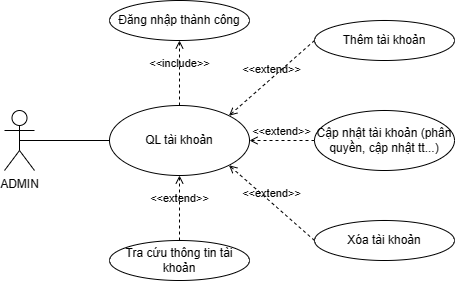
Above: UC/imgs/UC_QUANLYTAIKHOAN.drawio.png in hieuNV0871/da (draw.io), before the change. Source tidied: cells renumbered, new cells last; positions are measured from the earlier drawing's top-left corner, leaving out a move shared by most shapes.
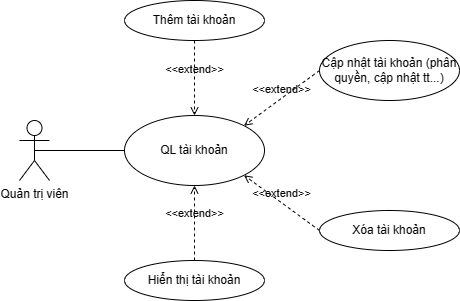
After the commit.

Diff of the diagram source:
```diff
@@ -2,43 +2,37 @@
   <root>
     <mxCell id="0" />
     <mxCell id="1" parent="0" />
-    <mxCell id="2" value="ADMIN" style="shape=umlActor;verticalLabelPosition=bottom;verticalAlign=top;html=1;" parent="1" vertex="1">
+    <mxCell id="2" value="Quản trị viên" style="shape=umlActor;verticalLabelPosition=bottom;verticalAlign=top;html=1;" parent="1" vertex="1">
       <mxGeometry y="110" width="30" height="60" as="geometry" />
     </mxCell>
     <mxCell id="3" value="QL tài khoản" style="ellipse;whiteSpace=wrap;html=1;" parent="1" vertex="1">
       <mxGeometry x="105" y="105" width="140" height="70" as="geometry" />
     </mxCell>
-    <mxCell id="4" value="Đăng nhập thành công" style="ellipse;whiteSpace=wrap;html=1;" parent="1" vertex="1">
-      <mxGeometry x="105" width="140" height="40" as="geometry" />
-    </mxCell>
     <mxCell id="5" value="Thêm tài khoản" style="ellipse;whiteSpace=wrap;html=1;" parent="1" vertex="1">
-      <mxGeometry x="310" y="20" width="140" height="40" as="geometry" />
+      <mxGeometry x="105" y="-10" width="140" height="40" as="geometry" />
     </mxCell>
     <mxCell id="6" value="Xóa tài khoản" style="ellipse;whiteSpace=wrap;html=1;" parent="1" vertex="1">
-      <mxGeometry x="310" y="220" width="140" height="40" as="geometry" />
+      <mxGeometry x="300" y="200" width="140" height="40" as="geometry" />
     </mxCell>
     <mxCell id="7" value="Cập nhật tài khoản (phân quyền, cập nhật tt...)" style="ellipse;whiteSpace=wrap;html=1;" parent="1" vertex="1">
-      <mxGeometry x="310" y="110" width="140" height="60" as="geometry" />
+      <mxGeometry x="300" y="30" width="140" height="60" as="geometry" />
     </mxCell>
-    <mxCell id="8" value="&amp;lt;&amp;lt;extend&amp;gt;&amp;gt;" style="html=1;verticalAlign=bottom;labelBackgroundColor=none;endArrow=open;endFill=0;dashed=1;rounded=0;entryX=1;entryY=0;entryDx=0;entryDy=0;exitX=0;exitY=0.5;exitDx=0;exitDy=0;" parent="1" edge="1" source="5" target="3">
+    <mxCell id="8" value="&amp;lt;&amp;lt;extend&amp;gt;&amp;gt;" style="html=1;verticalAlign=bottom;labelBackgroundColor=none;endArrow=open;endFill=0;dashed=1;rounded=0;entryX=0.5;entryY=0;entryDx=0;entryDy=0;exitX=0.5;exitY=1;exitDx=0;exitDy=0;" parent="1" edge="1" source="5" target="3">
       <mxGeometry relative="1" as="geometry" />
     </mxCell>
-    <mxCell id="9" value="&amp;lt;&amp;lt;extend&amp;gt;&amp;gt;" style="html=1;verticalAlign=bottom;labelBackgroundColor=none;endArrow=open;endFill=0;dashed=1;rounded=0;entryX=1;entryY=0.5;entryDx=0;entryDy=0;exitX=0;exitY=0.5;exitDx=0;exitDy=0;" parent="1" edge="1" source="7" target="3">
+    <mxCell id="9" value="&amp;lt;&amp;lt;extend&amp;gt;&amp;gt;" style="html=1;verticalAlign=bottom;labelBackgroundColor=none;endArrow=open;endFill=0;dashed=1;rounded=0;entryX=1;entryY=0;entryDx=0;entryDy=0;exitX=0;exitY=0.5;exitDx=0;exitDy=0;" parent="1" edge="1" source="7" target="3">
       <mxGeometry relative="1" as="geometry" />
     </mxCell>
     <mxCell id="10" value="&amp;lt;&amp;lt;extend&amp;gt;&amp;gt;" style="html=1;verticalAlign=bottom;labelBackgroundColor=none;endArrow=open;endFill=0;dashed=1;rounded=0;entryX=1;entryY=1;entryDx=0;entryDy=0;exitX=0;exitY=0.5;exitDx=0;exitDy=0;" parent="1" edge="1" source="6" target="3">
       <mxGeometry relative="1" as="geometry" />
     </mxCell>
-    <mxCell id="11" value="&amp;lt;&amp;lt;include&amp;gt;&amp;gt;" style="html=1;verticalAlign=bottom;labelBackgroundColor=none;endArrow=open;endFill=0;dashed=1;rounded=0;exitX=0.5;exitY=0;exitDx=0;exitDy=0;entryX=0.5;entryY=1;entryDx=0;entryDy=0;" parent="1" edge="1" source="3" target="4">
-      <mxGeometry relative="1" as="geometry" />
-    </mxCell>
     <mxCell id="12" style="endArrow=none;html=1;rounded=0;exitX=0.5;exitY=0.5;exitDx=0;exitDy=0;exitPerimeter=0;entryX=0;entryY=0.5;entryDx=0;entryDy=0;" parent="1" edge="1" source="2" target="3">
       <mxGeometry relative="1" as="geometry" />
     </mxCell>
-    <mxCell id="13" value="Tra cứu thông tin tài khoản" style="ellipse;whiteSpace=wrap;html=1;" parent="1" vertex="1">
-      <mxGeometry x="105" y="240" width="140" height="40" as="geometry" />
-    </mxCell>
+    <mxCell id="15" value="Hiển thị tài khoản" style="ellipse;whiteSpace=wrap;html=1;" parent="1" vertex="1">
+      <mxGeometry x="105" y="250" width="140" height="40" as="geometry" />
+    </mxCell>
-    <mxCell id="14" value="&amp;lt;&amp;lt;extend&amp;gt;&amp;gt;" style="html=1;verticalAlign=bottom;labelBackgroundColor=none;endArrow=open;endFill=0;dashed=1;rounded=0;entryX=0.5;entryY=1;entryDx=0;entryDy=0;exitX=0.5;exitY=0;exitDx=0;exitDy=0;" parent="1" edge="1" source="13" target="3">
+    <mxCell id="14" value="&amp;lt;&amp;lt;extend&amp;gt;&amp;gt;" style="html=1;verticalAlign=bottom;labelBackgroundColor=none;endArrow=open;endFill=0;dashed=1;rounded=0;entryX=0.5;entryY=1;entryDx=0;entryDy=0;exitX=0.5;exitY=0;exitDx=0;exitDy=0;" parent="1" edge="1" source="15" target="3">
       <mxGeometry relative="1" as="geometry" />
     </mxCell>
   </root>
```
